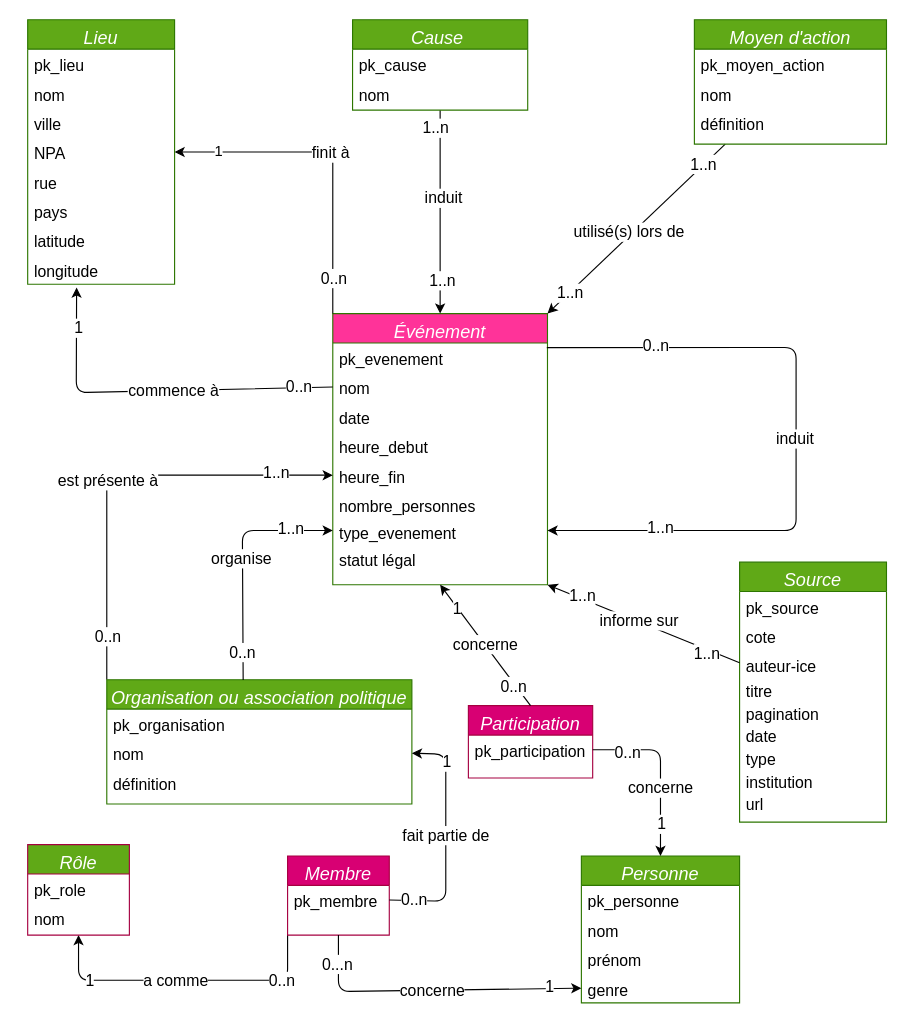
Above: page "Page-1" (1 of 2) of analyse_base_cycle/Base_donnees/MDC/MDC.drawio in AliaBrah/memoire_manifestations (draw.io), before the change. Source tidied: cells renumbered, new cells numbered last; positions are measured from the earlier drawing's top-left corner, leaving out a move shared by most shapes. Both pictures are drawn from the tidied source at 113%, with x=0, y=0 at pixel (27, 19).
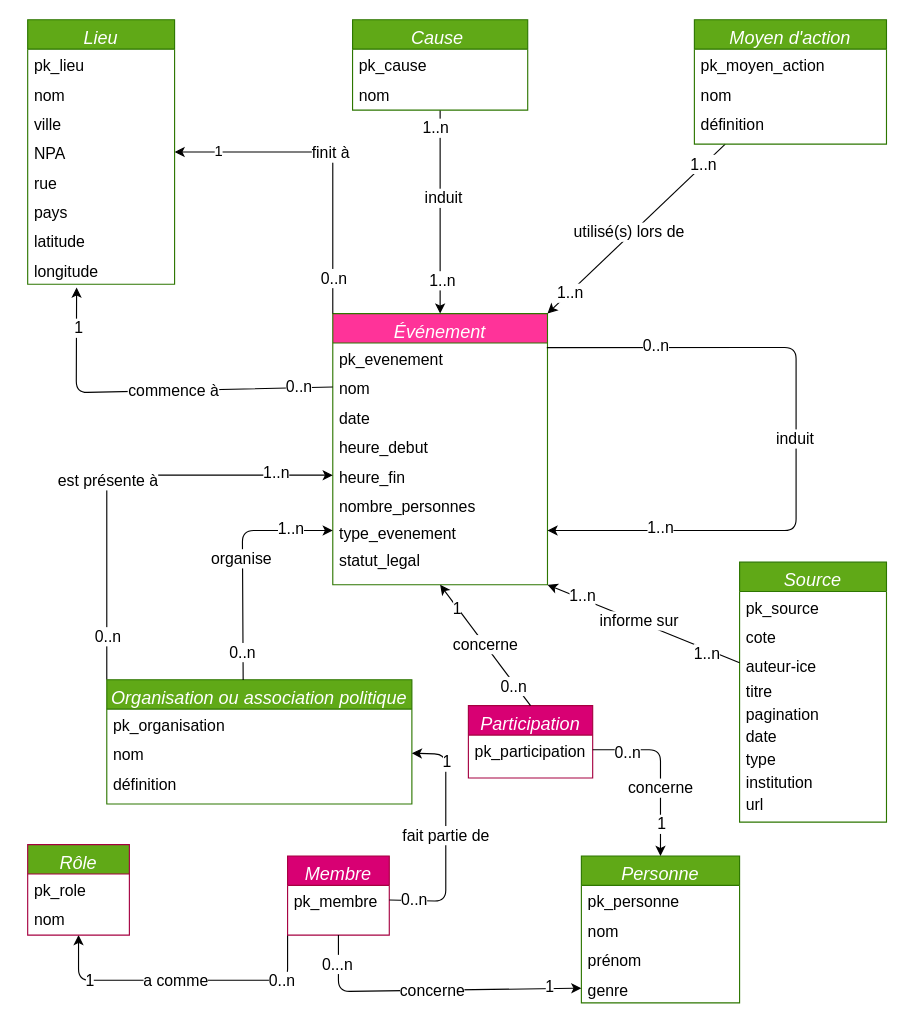
Above is the later version.

Unchanged cells that the change refers to:
```xml
<mxCell id="2" value="Événement" style="swimlane;fontStyle=2;align=center;verticalAlign=top;horizontal=1;startSize=26;rounded=0;shadow=0;strokeWidth=1;fillColor=#FF3399;fontColor=#ffffff;strokeColor=#2D7600;fontSize=16;" parent="1" vertex="1">
  <mxGeometry x="270" y="260" width="190" height="240" as="geometry" />
</mxCell>
```

Diff of the diagram source:
```diff
@@
-    <mxCell id="10" value="statut légal" style="text;align=left;verticalAlign=top;spacingLeft=4;spacingRight=4;overflow=hidden;fontSize=14;" parent="2" vertex="1">
+    <mxCell id="10" value="statut_legal" style="text;align=left;verticalAlign=top;spacingLeft=4;spacingRight=4;overflow=hidden;fontSize=14;" parent="2" vertex="1">
       <mxGeometry y="204" width="190" height="24" as="geometry" />
     </mxCell>
```
